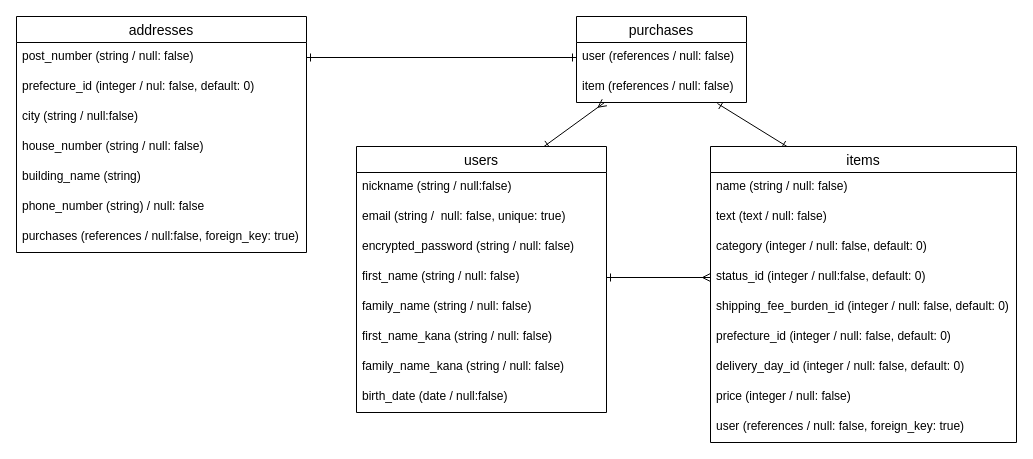
kt100sec/furima-36348 keeps this draw.io diagram as test.dio. Above is the earlier version. Source tidied: cells renumbered, new cells numbered last; positions are measured from the earlier drawing's top-left corner, leaving out a move shared by most shapes. Both pictures are drawn from the tidied source at 100%, with x=0, y=0 at pixel (16, 16).
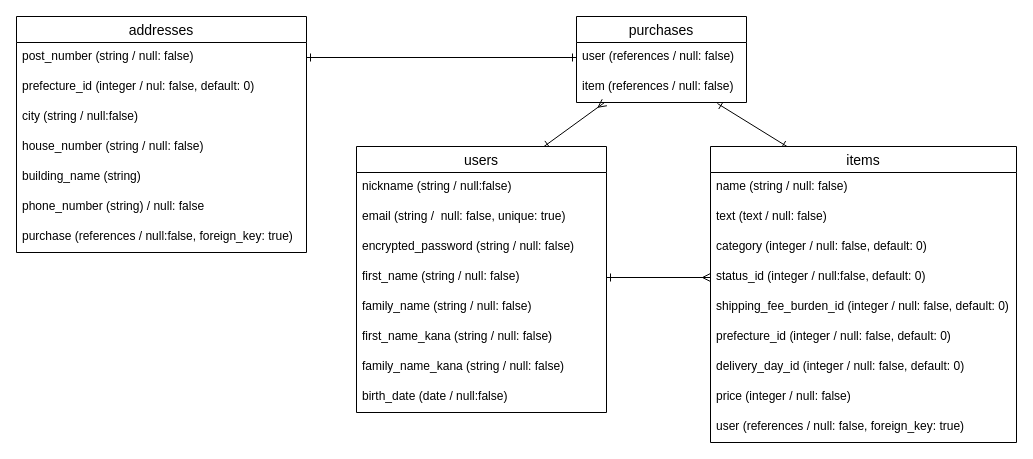
The same page after the edit.

Unchanged cells that the change refers to:
```xml
<mxCell id="23" value="addresses" style="swimlane;fontStyle=0;horizontal=1;startSize=26;align=center;fontSize=14;" parent="1" vertex="1">
  <mxGeometry width="290" height="236" as="geometry" />
</mxCell>
```

The edit, as a diff of the source:
```diff
@@
-    <mxCell id="30" value="purchases (references / null:false, foreign_key: true)" style="text;strokeColor=none;fillColor=none;spacingLeft=4;spacingRight=4;overflow=hidden;fontSize=12;" parent="23" vertex="1">
+    <mxCell id="30" value="purchase (references / null:false, foreign_key: true)" style="text;strokeColor=none;fillColor=none;spacingLeft=4;spacingRight=4;overflow=hidden;fontSize=12;" parent="23" vertex="1">
       <mxGeometry y="206" width="290" height="30" as="geometry" />
     </mxCell>
```
